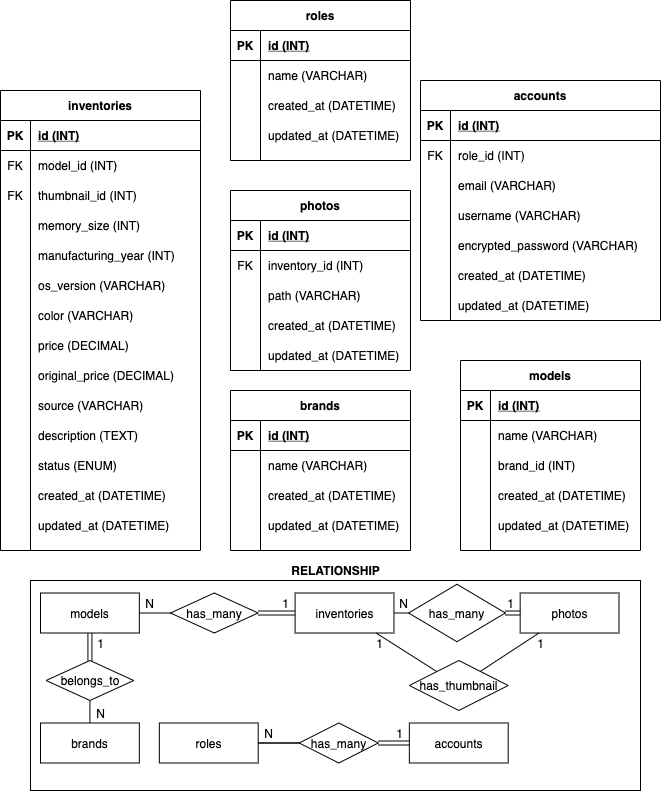
Above: dbdesign/phone_shop_DB.png in ysoseriouz/phone_shop (draw.io), before the change. Source tidied: cells renumbered, new cells last; positions are measured from the earlier drawing's top-left corner, leaving out a move shared by most shapes.
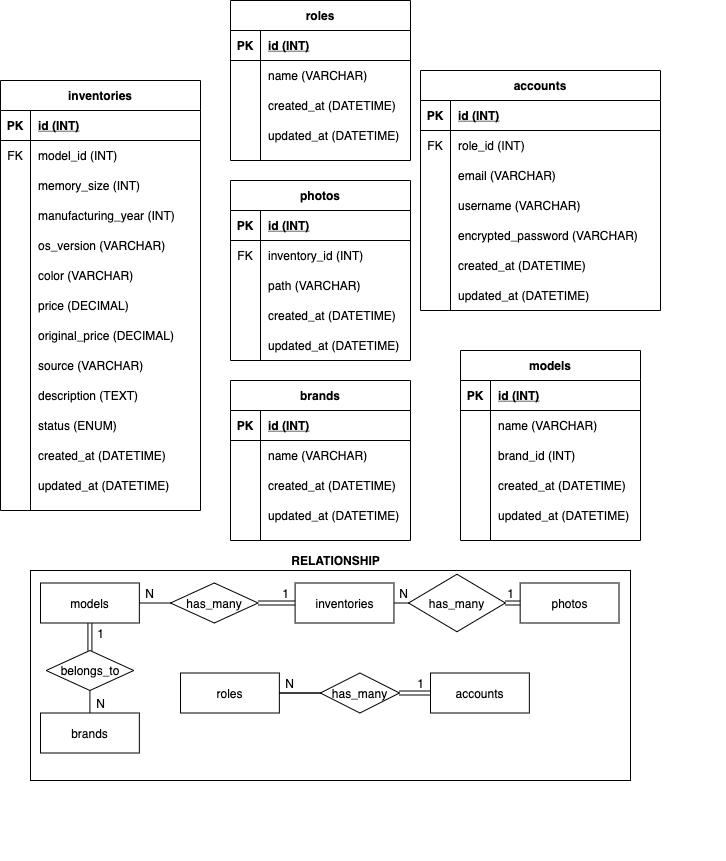
Above is the later version.

Commit message:
Remove thumbnail_id in inventories

Change to the diagram source:
```diff
@@ -3,7 +3,7 @@
     <mxCell id="0" />
     <mxCell id="1" parent="0" />
     <mxCell id="2" value="roles" style="shape=table;startSize=30;rowLines=0;fontStyle=1;align=center;" parent="1" vertex="1">
-      <mxGeometry x="230" width="180" height="160" as="geometry" />
+      <mxGeometry x="230" y="10" width="180" height="160" as="geometry" />
     </mxCell>
     <mxCell id="3" style="shape=partialRectangle;fillColor=none;top=0;left=0;bottom=1;right=0;" parent="2" vertex="1">
       <mxGeometry y="30" width="180" height="30" as="geometry" />
@@ -126,7 +126,7 @@
       <mxGeometry x="30" y="150" width="150" height="30" as="geometry" />
     </mxCell>
     <mxCell id="43" value="inventories" style="shape=table;startSize=30;rowLines=0;fontStyle=1;align=center;" parent="1" vertex="1">
-      <mxGeometry y="90" width="200" height="460" as="geometry" />
+      <mxGeometry y="90" width="200" height="430" as="geometry" />
     </mxCell>
     <mxCell id="44" style="shape=partialRectangle;fillColor=none;top=0;left=0;bottom=1;right=0;" parent="43" vertex="1">
       <mxGeometry y="30" width="200" height="30" as="geometry" />
@@ -146,17 +146,8 @@
     <mxCell id="49" value="model_id (INT)" style="shape=partialRectangle;fillColor=none;top=0;left=0;bottom=0;right=0;align=left;spacingLeft=6;overflow=hidden;" parent="47" vertex="1">
       <mxGeometry x="30" width="170" height="30" as="geometry" />
     </mxCell>
-    <mxCell id="50" style="shape=partialRectangle;fillColor=none;top=0;left=0;bottom=0;right=0;" parent="43" vertex="1">
-      <mxGeometry y="90" width="200" height="30" as="geometry" />
-    </mxCell>
-    <mxCell id="51" value="FK" style="shape=partialRectangle;fillColor=none;top=0;left=0;bottom=0;right=0;overflow=hidden;" parent="50" vertex="1">
-      <mxGeometry width="30" height="30" as="geometry" />
-    </mxCell>
-    <mxCell id="52" value="thumbnail_id (INT)" style="shape=partialRectangle;fillColor=none;top=0;left=0;bottom=0;right=0;align=left;spacingLeft=6;overflow=hidden;" parent="50" vertex="1">
-      <mxGeometry x="30" width="170" height="30" as="geometry" />
-    </mxCell>
     <mxCell id="53" style="shape=partialRectangle;fillColor=none;top=0;left=0;bottom=0;right=0;" parent="43" vertex="1">
-      <mxGeometry y="120" width="200" height="30" as="geometry" />
+      <mxGeometry y="90" width="200" height="30" as="geometry" />
     </mxCell>
     <mxCell id="54" style="shape=partialRectangle;fillColor=none;top=0;left=0;bottom=0;right=0;overflow=hidden;" parent="53" vertex="1">
       <mxGeometry width="30" height="30" as="geometry" />
@@ -165,7 +156,7 @@
       <mxGeometry x="30" width="170" height="30" as="geometry" />
     </mxCell>
     <mxCell id="56" style="shape=partialRectangle;fillColor=none;top=0;left=0;bottom=0;right=0;" parent="43" vertex="1">
-      <mxGeometry y="150" width="200" height="30" as="geometry" />
+      <mxGeometry y="120" width="200" height="30" as="geometry" />
     </mxCell>
     <mxCell id="57" style="shape=partialRectangle;fillColor=none;top=0;left=0;bottom=0;right=0;overflow=hidden;" parent="56" vertex="1">
       <mxGeometry width="30" height="30" as="geometry" />
@@ -174,7 +165,7 @@
       <mxGeometry x="30" width="170" height="30" as="geometry" />
     </mxCell>
     <mxCell id="59" style="shape=partialRectangle;fillColor=none;top=0;left=0;bottom=0;right=0;" parent="43" vertex="1">
-      <mxGeometry y="180" width="200" height="30" as="geometry" />
+      <mxGeometry y="150" width="200" height="30" as="geometry" />
     </mxCell>
     <mxCell id="60" style="shape=partialRectangle;fillColor=none;top=0;left=0;bottom=0;right=0;overflow=hidden;" parent="59" vertex="1">
       <mxGeometry width="30" height="30" as="geometry" />
@@ -183,7 +174,7 @@
       <mxGeometry x="30" width="170" height="30" as="geometry" />
     </mxCell>
     <mxCell id="62" style="shape=partialRectangle;fillColor=none;top=0;left=0;bottom=0;right=0;" parent="43" vertex="1">
-      <mxGeometry y="210" width="200" height="30" as="geometry" />
+      <mxGeometry y="180" width="200" height="30" as="geometry" />
     </mxCell>
     <mxCell id="63" style="shape=partialRectangle;fillColor=none;top=0;left=0;bottom=0;right=0;overflow=hidden;" parent="62" vertex="1">
       <mxGeometry width="30" height="30" as="geometry" />
@@ -192,7 +183,7 @@
       <mxGeometry x="30" width="170" height="30" as="geometry" />
     </mxCell>
     <mxCell id="65" style="shape=partialRectangle;fillColor=none;top=0;left=0;bottom=0;right=0;" parent="43" vertex="1">
-      <mxGeometry y="240" width="200" height="30" as="geometry" />
+      <mxGeometry y="210" width="200" height="30" as="geometry" />
     </mxCell>
     <mxCell id="66" style="shape=partialRectangle;fillColor=none;top=0;left=0;bottom=0;right=0;overflow=hidden;" parent="65" vertex="1">
       <mxGeometry width="30" height="30" as="geometry" />
@@ -201,7 +192,7 @@
       <mxGeometry x="30" width="170" height="30" as="geometry" />
     </mxCell>
     <mxCell id="68" style="shape=partialRectangle;fillColor=none;top=0;left=0;bottom=0;right=0;" parent="43" vertex="1">
-      <mxGeometry y="270" width="200" height="30" as="geometry" />
+      <mxGeometry y="240" width="200" height="30" as="geometry" />
     </mxCell>
     <mxCell id="69" style="shape=partialRectangle;fillColor=none;top=0;left=0;bottom=0;right=0;overflow=hidden;" parent="68" vertex="1">
       <mxGeometry width="30" height="30" as="geometry" />
@@ -210,7 +201,7 @@
       <mxGeometry x="30" width="170" height="30" as="geometry" />
     </mxCell>
     <mxCell id="71" style="shape=partialRectangle;fillColor=none;top=0;left=0;bottom=0;right=0;" parent="43" vertex="1">
-      <mxGeometry y="300" width="200" height="30" as="geometry" />
+      <mxGeometry y="270" width="200" height="30" as="geometry" />
     </mxCell>
     <mxCell id="72" style="shape=partialRectangle;fillColor=none;top=0;left=0;bottom=0;right=0;overflow=hidden;" parent="71" vertex="1">
       <mxGeometry width="30" height="30" as="geometry" />
@@ -219,7 +210,7 @@
       <mxGeometry x="30" width="170" height="30" as="geometry" />
     </mxCell>
     <mxCell id="74" style="shape=partialRectangle;fillColor=none;top=0;left=0;bottom=0;right=0;" parent="43" vertex="1">
-      <mxGeometry y="330" width="200" height="30" as="geometry" />
+      <mxGeometry y="300" width="200" height="30" as="geometry" />
     </mxCell>
     <mxCell id="75" style="shape=partialRectangle;fillColor=none;top=0;left=0;bottom=0;right=0;overflow=hidden;" parent="74" vertex="1">
       <mxGeometry width="30" height="30" as="geometry" />
@@ -228,7 +219,7 @@
       <mxGeometry x="30" width="170" height="30" as="geometry" />
     </mxCell>
     <mxCell id="77" style="shape=partialRectangle;fillColor=none;top=0;left=0;bottom=0;right=0;" parent="43" vertex="1">
-      <mxGeometry y="360" width="200" height="30" as="geometry" />
+      <mxGeometry y="330" width="200" height="30" as="geometry" />
     </mxCell>
     <mxCell id="78" style="shape=partialRectangle;fillColor=none;top=0;left=0;bottom=0;right=0;overflow=hidden;" parent="77" vertex="1">
       <mxGeometry width="30" height="30" as="geometry" />
@@ -237,7 +228,7 @@
       <mxGeometry x="30" width="170" height="30" as="geometry" />
     </mxCell>
     <mxCell id="80" style="shape=partialRectangle;fillColor=none;top=0;left=0;bottom=0;right=0;" parent="43" vertex="1">
-      <mxGeometry y="390" width="200" height="30" as="geometry" />
+      <mxGeometry y="360" width="200" height="30" as="geometry" />
     </mxCell>
     <mxCell id="81" style="shape=partialRectangle;fillColor=none;top=0;left=0;bottom=0;right=0;overflow=hidden;" parent="80" vertex="1">
       <mxGeometry width="30" height="30" as="geometry" />
@@ -246,7 +237,7 @@
       <mxGeometry x="30" width="170" height="30" as="geometry" />
     </mxCell>
     <mxCell id="83" style="shape=partialRectangle;fillColor=none;top=0;left=0;bottom=0;right=0;" parent="43" vertex="1">
-      <mxGeometry y="420" width="200" height="30" as="geometry" />
+      <mxGeometry y="390" width="200" height="30" as="geometry" />
     </mxCell>
     <mxCell id="84" style="shape=partialRectangle;fillColor=none;top=0;left=0;bottom=0;right=0;overflow=hidden;" parent="83" vertex="1">
       <mxGeometry width="30" height="30" as="geometry" />
@@ -369,19 +360,19 @@
       <mxGeometry x="30" width="210" height="30" as="geometry" />
     </mxCell>
     <mxCell id="124" style="group;" parent="1" vertex="1">
-      <mxGeometry x="30" y="560" width="610" height="230" as="geometry" />
+      <mxGeometry x="30" y="560" width="695" height="310" as="geometry" />
     </mxCell>
     <mxCell id="125" style="rounded=0;whiteSpace=wrap;html=1;" parent="124" vertex="1">
-      <mxGeometry y="20" width="610" height="210" as="geometry" />
+      <mxGeometry y="20" width="600" height="210" as="geometry" />
     </mxCell>
     <mxCell id="126" value="inventories" style="whiteSpace=wrap;html=1;align=center;" parent="124" vertex="1">
       <mxGeometry x="264.6" y="32.5" width="98.9" height="40" as="geometry" />
     </mxCell>
     <mxCell id="127" value="accounts&lt;span style=&quot;color: rgba(0 , 0 , 0 , 0) ; font-family: monospace ; font-size: 0px&quot;&gt;%3CmxGraphModel%3E%3Croot%3E%3CmxCell%20id%3D%220%22%2F%3E%3CmxCell%20id%3D%221%22%20parent%3D%220%22%2F%3E%3CmxCell%20id%3D%222%22%20value%3D%22inventories%22%20style%3D%22whiteSpace%3Dwrap%3Bhtml%3D1%3Balign%3Dcenter%3B%22%20vertex%3D%221%22%20parent%3D%221%22%3E%3CmxGeometry%20x%3D%22440%22%20y%3D%22600%22%20width%3D%22100%22%20height%3D%2240%22%20as%3D%22geometry%22%2F%3E%3C%2FmxCell%3E%3C%2Froot%3E%3C%2FmxGraphModel%3E&lt;/span&gt;" style="whiteSpace=wrap;html=1;align=center;" parent="124" vertex="1">
-      <mxGeometry x="378.8" y="162.5" width="98.9" height="40" as="geometry" />
+      <mxGeometry x="400" y="122.5" width="98.9" height="40" as="geometry" />
     </mxCell>
     <mxCell id="128" value="roles" style="whiteSpace=wrap;html=1;align=center;" parent="124" vertex="1">
-      <mxGeometry x="128.8" y="162.5" width="98.9" height="40" as="geometry" />
+      <mxGeometry x="150" y="122.5" width="98.9" height="40" as="geometry" />
     </mxCell>
     <mxCell id="129" value="brands" style="whiteSpace=wrap;html=1;align=center;" parent="124" vertex="1">
       <mxGeometry x="10" y="162.5" width="98.9" height="40" as="geometry" />
@@ -390,22 +381,22 @@
       <mxGeometry x="489.7" y="32.5" width="98.9" height="40" as="geometry" />
     </mxCell>
     <mxCell id="131" style="edgeStyle=none;rounded=0;jettySize=auto;html=1;endArrow=none;endFill=0;" parent="124" edge="1" source="133" target="128">
-      <mxGeometry x="61" y="122.5" as="geometry" />
+      <mxGeometry x="82.2" y="82.5" as="geometry" />
     </mxCell>
     <mxCell id="132" style="edgeStyle=none;rounded=0;jettySize=auto;html=1;endArrow=none;endFill=0;shape=link;" parent="124" edge="1" source="133" target="127">
-      <mxGeometry x="61" y="122.5" as="geometry" />
+      <mxGeometry x="82.2" y="82.5" as="geometry" />
     </mxCell>
     <mxCell id="133" value="has_many" style="shape=rhombus;perimeter=rhombusPerimeter;whiteSpace=wrap;html=1;align=center;" parent="124" vertex="1">
-      <mxGeometry x="268.7" y="162.5" width="79.1" height="40" as="geometry" />
+      <mxGeometry x="289.9" y="122.5" width="79.1" height="40" as="geometry" />
     </mxCell>
     <mxCell id="134" style="edgeStyle=none;rounded=0;jettySize=auto;html=1;endArrow=none;endFill=0;" parent="124" edge="1" source="128" target="133">
-      <mxGeometry x="61" y="122.5" as="geometry" />
+      <mxGeometry x="82.2" y="82.5" as="geometry" />
     </mxCell>
     <mxCell id="135" value="N" style="text;html=1;align=center;verticalAlign=middle;strokeColor=none;" parent="124" vertex="1">
-      <mxGeometry x="227.7" y="162.5" width="20" height="20" as="geometry" />
+      <mxGeometry x="248.8" y="122.5" width="20" height="20" as="geometry" />
     </mxCell>
     <mxCell id="136" value="1" style="text;html=1;align=center;verticalAlign=middle;strokeColor=none;" parent="124" vertex="1">
-      <mxGeometry x="358.8" y="162.5" width="20" height="20" as="geometry" />
+      <mxGeometry x="380" y="122.5" width="20" height="20" as="geometry" />
     </mxCell>
     <mxCell id="137" value="has_many" style="shape=rhombus;perimeter=rhombusPerimeter;whiteSpace=wrap;html=1;align=center;" parent="124" vertex="1">
       <mxGeometry x="378.1" y="23.8" width="96.8" height="57.5" as="geometry" />
@@ -425,18 +416,6 @@
     <mxCell id="142" value="&lt;b&gt;RELATIONSHIP&lt;/b&gt;" style="text;html=1;align=center;verticalAlign=middle;strokeColor=none;" parent="124" vertex="1">
       <mxGeometry x="255" width="100" height="20" as="geometry" />
     </mxCell>
-    <mxCell id="143" style="edgeStyle=none;rounded=0;jettySize=auto;html=1;endArrow=none;endFill=0;" parent="124" edge="1" source="145" target="130">
-      <mxGeometry x="14.9" y="-17.5" as="geometry" />
-    </mxCell>
-    <mxCell id="144" style="rounded=0;jettySize=auto;html=1;endArrow=none;endFill=0;" parent="124" edge="1" source="145" target="126">
-      <mxGeometry relative="1" as="geometry" />
-    </mxCell>
-    <mxCell id="145" value="has_thumbnail" style="shape=rhombus;perimeter=rhombusPerimeter;whiteSpace=wrap;html=1;align=center;" parent="124" vertex="1">
-      <mxGeometry x="378.8" y="100" width="98.9" height="50" as="geometry" />
-    </mxCell>
-    <mxCell id="146" value="1" style="text;html=1;align=center;verticalAlign=middle;strokeColor=none;" parent="124" vertex="1">
-      <mxGeometry x="500" y="72.5" width="20" height="20" as="geometry" />
-    </mxCell>
     <mxCell id="147" value="models" style="whiteSpace=wrap;html=1;align=center;" parent="124" vertex="1">
       <mxGeometry x="10" y="32.5" width="98.9" height="40" as="geometry" />
     </mxCell>
@@ -470,8 +449,5 @@
     <mxCell id="157" value="N" style="text;html=1;align=center;verticalAlign=middle;strokeColor=none;" parent="124" vertex="1">
       <mxGeometry x="60" y="142.5" width="20" height="20" as="geometry" />
     </mxCell>
-    <mxCell id="158" value="1" style="text;html=1;align=center;verticalAlign=middle;strokeColor=none;" parent="124" vertex="1">
-      <mxGeometry x="338.9" y="72.5" width="20" height="20" as="geometry" />
-    </mxCell>
   </root>
 </mxGraphModel>
```
